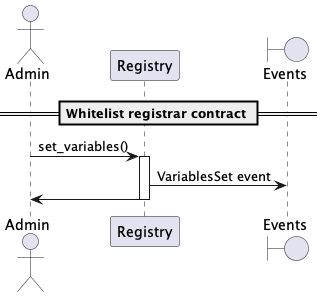
Before: docs/sequence-diagrams/puml/whitelist-registrar.png, a diagram exported from PlantUML (make-software/cspr-name-contracts).
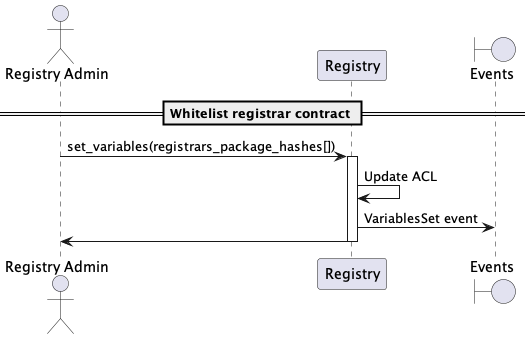
Above is the later version.

Diff of the diagram source:
```diff
@@ -1,15 +1,16 @@
 @startuml
 
-actor Admin
+actor "Registry Admin"
 participant "Registry"
 boundary "Events"
 
 == Whitelist registrar contract ==
 
-Admin -> "Registry": set_variables()
+"Registry Admin" -> "Registry": set_variables(registrars_package_hashes[])
 activate "Registry"
+Registry -> Registry: Update ACL
 Registry -> "Events": VariablesSet event
-"Registry" -> Admin
+"Registry" -> "Registry Admin"
 deactivate "Registry"
 
 @enduml
```
